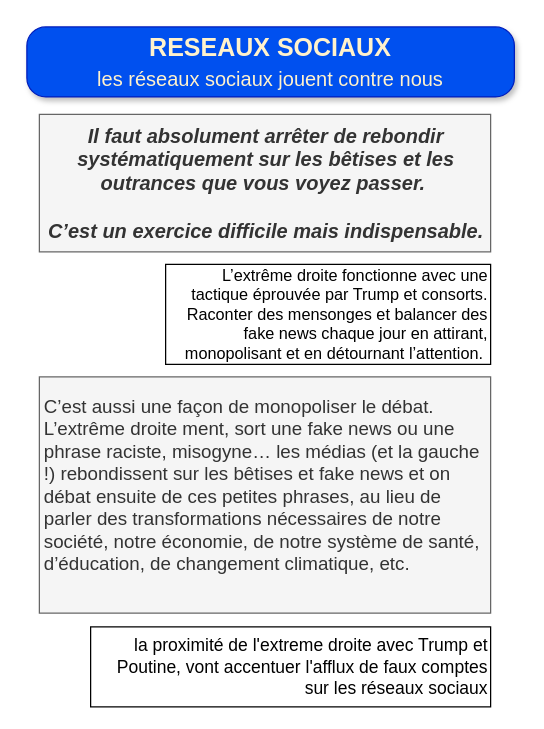
Before: drawio/A_ResauxSociaux.drawio in bernard44600/cedbn, a draw.io diagram. Source tidied: cells renumbered, new cells numbered last; positions are measured from the earlier drawing's top-left corner, leaving out a move shared by most shapes. Both pictures are drawn from the tidied source at 125%, with x=0, y=0 at pixel (26, 26).
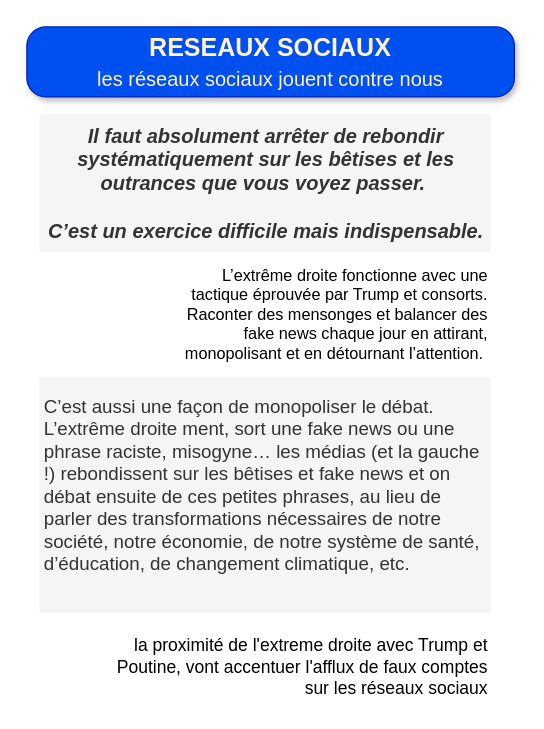
The same diagram, later.

The edit, as a diff of the source:
```diff
@@
 <mxGraphModel>
   <root>
     <mxCell id="0" />
     <mxCell id="1" parent="0" />
     <mxCell id="2" value="&lt;font style=&quot;&quot;&gt;RESEAUX SOCIAUX&lt;br&gt;&lt;/font&gt;&lt;font style=&quot;font-size: 16px; font-weight: normal;&quot;&gt;les réseaux sociaux jouent contre nous&lt;/font&gt;" style="rounded=1;whiteSpace=wrap;html=1;fontSize=20;fillColor=#0050ef;strokeColor=#001DBC;fontColor=#FFF2CC;gradientColor=none;gradientDirection=north;roundedPerimeter=1;shadow=1;glass=0;multiple=0;fontFamily=Helvetica;labelBackgroundColor=none;arcSize=27;fontStyle=1;" parent="1" vertex="1">
       <mxGeometry width="390" height="56" as="geometry" />
     </mxCell>
-    <mxCell id="3" value="&lt;div&gt;Il faut absolument arrêter de rebondir systématiquement sur les bêtises et les outrances que vous voyez passer.&amp;nbsp;&lt;/div&gt;&lt;div&gt;&lt;br&gt;&lt;/div&gt;&lt;div&gt;C’est un exercice difficile mais indispensable.&lt;/div&gt;" style="rounded=0;whiteSpace=wrap;html=1;fontFamily=Helvetica;fontSize=16;align=center;fillColor=#f5f5f5;fontColor=#333333;strokeColor=#666666;spacingLeft=2;fontStyle=3;" parent="1" vertex="1">
+    <mxCell id="3" value="&lt;div&gt;Il faut absolument arrêter de rebondir systématiquement sur les bêtises et les outrances que vous voyez passer.&amp;nbsp;&lt;/div&gt;&lt;div&gt;&lt;br&gt;&lt;/div&gt;&lt;div&gt;C’est un exercice difficile mais indispensable.&lt;/div&gt;" style="rounded=0;whiteSpace=wrap;html=1;fontFamily=Helvetica;fontSize=16;align=center;fillColor=#f5f5f5;fontColor=#333333;strokeColor=none;spacingLeft=2;fontStyle=3;" parent="1" vertex="1">
       <mxGeometry x="10" y="70" width="361" height="110" as="geometry" />
     </mxCell>
-    <mxCell id="4" value="L’extrême droite fonctionne avec une tactique éprouvée par Trump et consorts. Raconter des mensonges et balancer des fake news chaque jour en attirant, monopolisant et en détournant l’attention.&amp;nbsp;" style="rounded=0;whiteSpace=wrap;html=1;fontFamily=Helvetica;fontSize=13;align=right;spacingLeft=2;" parent="1" vertex="1">
+    <mxCell id="4" value="L’extrême droite fonctionne avec une tactique éprouvée par Trump et consorts. Raconter des mensonges et balancer des fake news chaque jour en attirant, monopolisant et en détournant l’attention.&amp;nbsp;" style="rounded=0;whiteSpace=wrap;html=1;fontFamily=Helvetica;fontSize=13;align=right;spacingLeft=2;strokeColor=none;" parent="1" vertex="1">
       <mxGeometry x="111" y="190" width="260" height="80" as="geometry" />
     </mxCell>
-    <mxCell id="5" value="&lt;div&gt;C’est aussi une façon de monopoliser le débat. L’extrême droite ment, sort une fake news ou une phrase raciste, misogyne… les médias (et la gauche !) rebondissent sur les bêtises et fake news et on débat ensuite de ces petites phrases, au lieu de parler des transformations nécessaires de notre société, notre économie, de notre système de santé, d’éducation, de changement climatique, etc.&lt;/div&gt;&lt;div&gt;&lt;br&gt;&lt;/div&gt;" style="rounded=0;whiteSpace=wrap;html=1;fontFamily=Helvetica;fontSize=15;align=left;fillColor=#f5f5f5;fontColor=#333333;strokeColor=#666666;spacingLeft=2;" parent="1" vertex="1">
+    <mxCell id="5" value="&lt;div&gt;C’est aussi une façon de monopoliser le débat. L’extrême droite ment, sort une fake news ou une phrase raciste, misogyne… les médias (et la gauche !) rebondissent sur les bêtises et fake news et on débat ensuite de ces petites phrases, au lieu de parler des transformations nécessaires de notre société, notre économie, de notre système de santé, d’éducation, de changement climatique, etc.&lt;/div&gt;&lt;div&gt;&lt;br&gt;&lt;/div&gt;" style="rounded=0;whiteSpace=wrap;html=1;fontFamily=Helvetica;fontSize=15;align=left;fillColor=#f5f5f5;fontColor=#333333;strokeColor=none;spacingLeft=2;" parent="1" vertex="1">
       <mxGeometry x="10" y="280" width="361" height="189" as="geometry" />
     </mxCell>
-    <mxCell id="6" value="la proximité de l'extreme droite avec Trump et Poutine, vont accentuer l'afflux de faux comptes sur les réseaux sociaux" style="rounded=0;whiteSpace=wrap;html=1;fontFamily=Helvetica;fontSize=14;align=right;spacingLeft=2;" parent="1" vertex="1">
+    <mxCell id="6" value="la proximité de l'extreme droite avec Trump et Poutine, vont accentuer l'afflux de faux comptes sur les réseaux sociaux" style="rounded=0;whiteSpace=wrap;html=1;fontFamily=Helvetica;fontSize=14;align=right;spacingLeft=2;strokeColor=none;" parent="1" vertex="1">
       <mxGeometry x="51" y="480" width="320" height="64" as="geometry" />
     </mxCell>
   </root>
 </mxGraphModel>
```
